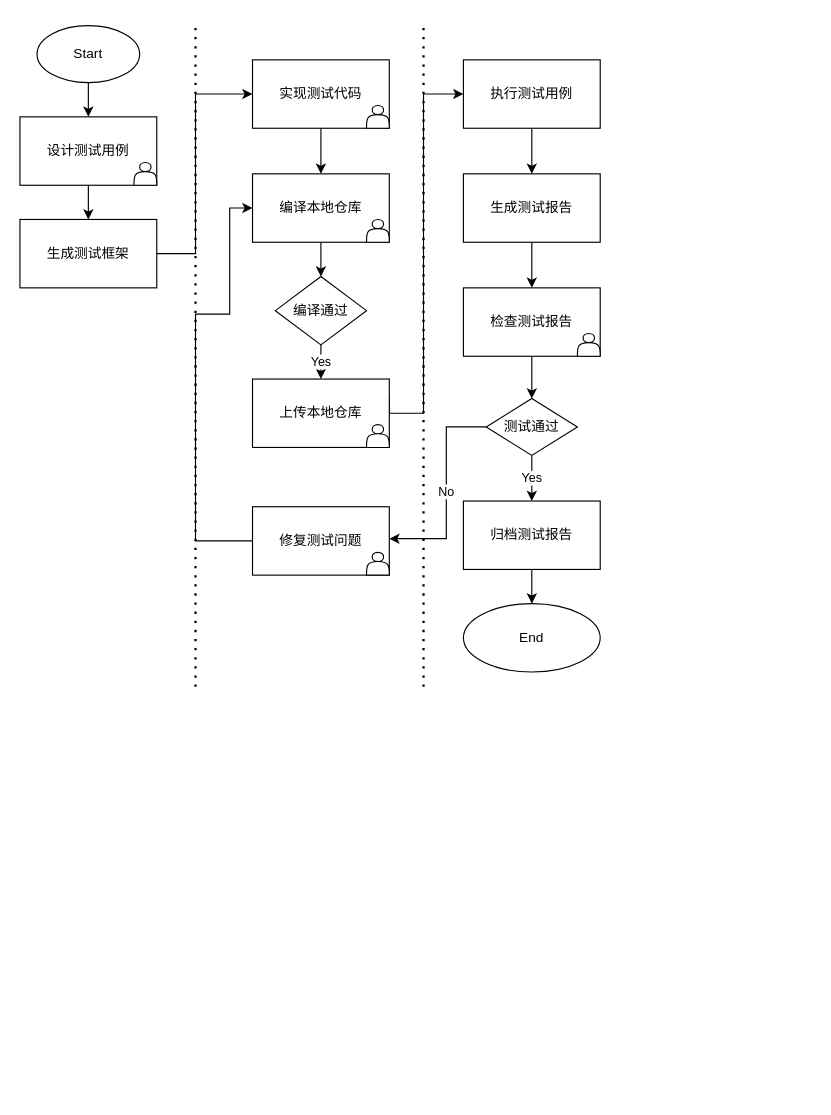
Before: page "test_process" (3 of 3) of AP.drawio in hehenihao/chart, a draw.io diagram. Source tidied: cells renumbered, new cells numbered last; positions are measured from the earlier drawing's top-left corner, leaving out a move shared by most shapes. Both pictures are drawn from the tidied source at 114%, with x=0, y=0 at pixel (19, 21).
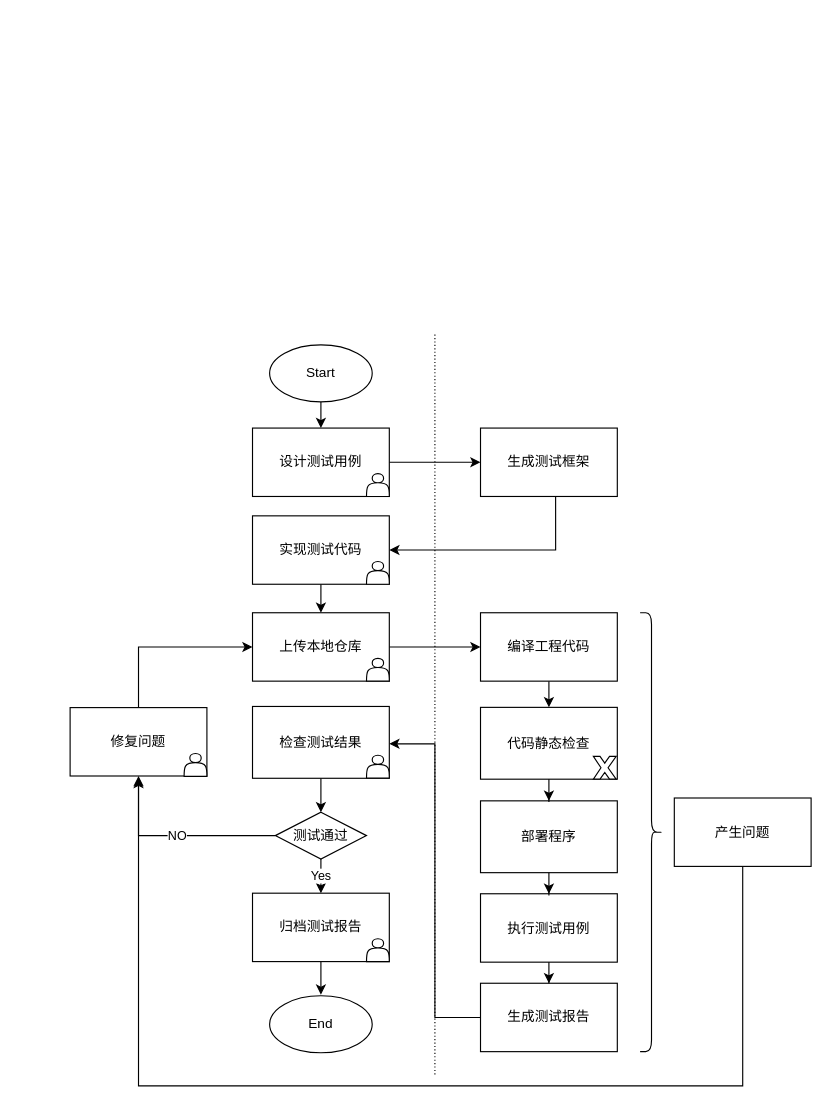
The same diagram, later.

Diff of the diagram source:
```diff
@@
     <mxCell id="3" value="Start" style="ellipse;whiteSpace=wrap;html=1;" parent="1" vertex="1">
-      <mxGeometry x="15" y="4" width="90" height="50" as="geometry" />
+      <mxGeometry x="219" y="284" width="90" height="50" as="geometry" />
     </mxCell>
@@
     <mxCell id="5" value="设计测试用例" style="rounded=0;whiteSpace=wrap;html=1;" parent="1" vertex="1">
-      <mxGeometry y="84" width="120" height="60" as="geometry" />
+      <mxGeometry x="204" y="357" width="120" height="60" as="geometry" />
     </mxCell>
-    <mxCell id="6" style="edgeStyle=orthogonalEdgeStyle;rounded=0;jettySize=auto;html=1;" parent="1" edge="1" source="7" target="10">
-      <mxGeometry relative="1" as="geometry">
-        <Array as="points">
-          <mxPoint x="154" y="204" />
-          <mxPoint x="154" y="64" />
-        </Array>
-      </mxGeometry>
+    <mxCell id="6" style="edgeStyle=orthogonalEdgeStyle;rounded=0;jettySize=auto;html=1;exitX=0.549;exitY=0.986;exitDx=0;exitDy=0;exitPerimeter=0;entryX=1;entryY=0.5;entryDx=0;entryDy=0;" parent="1" edge="1" source="7" target="10">
+      <mxGeometry relative="1" as="geometry" />
     </mxCell>
     <mxCell id="7" value="生成测试框架" style="whiteSpace=wrap;html=1;rounded=0;" parent="1" vertex="1">
-      <mxGeometry y="174" width="120" height="60" as="geometry" />
+      <mxGeometry x="404" y="357" width="120" height="60" as="geometry" />
     </mxCell>
-    <mxCell id="8" style="edgeStyle=orthogonalEdgeStyle;rounded=0;jettySize=auto;html=1;exitX=1;exitY=0.25;exitDx=0;exitDy=0;" parent="1" edge="1" source="24" target="12">
-      <mxGeometry relative="1" as="geometry">
-        <Array as="points">
-          <mxPoint x="324" y="344" />
-          <mxPoint x="354" y="344" />
-          <mxPoint x="354" y="64" />
-        </Array>
-      </mxGeometry>
-    </mxCell>
@@
     <mxCell id="10" value="实现测试代码" style="whiteSpace=wrap;html=1;rounded=0;" parent="1" vertex="1">
-      <mxGeometry x="204" y="34" width="120" height="60" as="geometry" />
+      <mxGeometry x="204" y="434" width="120" height="60" as="geometry" />
     </mxCell>
-    <mxCell id="11" style="edgeStyle=orthogonalEdgeStyle;rounded=0;jettySize=auto;html=1;" parent="1" edge="1" source="12" target="14">
+    <mxCell id="11" style="edgeStyle=orthogonalEdgeStyle;rounded=0;jettySize=auto;html=1;entryX=0.5;entryY=0;entryDx=0;entryDy=0;" parent="1" edge="1" source="12" target="14">
       <mxGeometry relative="1" as="geometry" />
     </mxCell>
     <mxCell id="12" value="执行测试用例" style="whiteSpace=wrap;html=1;rounded=0;" parent="1" vertex="1">
-      <mxGeometry x="389" y="34" width="120" height="60" as="geometry" />
+      <mxGeometry x="404" y="765.5" width="120" height="60" as="geometry" />
     </mxCell>
-    <mxCell id="13" style="edgeStyle=orthogonalEdgeStyle;rounded=0;jettySize=auto;html=1;" parent="1" edge="1" source="14" target="16">
-      <mxGeometry relative="1" as="geometry" />
+    <mxCell id="13" style="edgeStyle=orthogonalEdgeStyle;rounded=0;jettySize=auto;html=1;exitX=0;exitY=0.5;exitDx=0;exitDy=0;" parent="1" edge="1" source="14" target="16">
+      <mxGeometry relative="1" as="geometry">
+        <Array as="points">
+          <mxPoint x="364" y="874" />
+          <mxPoint x="364" y="634" />
+        </Array>
+      </mxGeometry>
     </mxCell>
     <mxCell id="14" value="生成测试报告" style="whiteSpace=wrap;html=1;rounded=0;" parent="1" vertex="1">
-      <mxGeometry x="389" y="134" width="120" height="60" as="geometry" />
+      <mxGeometry x="404" y="844" width="120" height="60" as="geometry" />
     </mxCell>
@@
-    <mxCell id="16" value="检查测试报告" style="whiteSpace=wrap;html=1;rounded=0;" parent="1" vertex="1">
-      <mxGeometry x="389" y="234" width="120" height="60" as="geometry" />
+    <mxCell id="16" value="检查测试结果" style="whiteSpace=wrap;html=1;rounded=0;" parent="1" vertex="1">
+      <mxGeometry x="204" y="601.2" width="120" height="63" as="geometry" />
     </mxCell>
@@
-    <mxCell id="18" value="No" style="edgeStyle=orthogonalEdgeStyle;rounded=0;jettySize=auto;html=1;" parent="1" edge="1" source="19" target="28">
-      <mxGeometry relative="1" as="geometry">
-        <Array as="points">
-          <mxPoint x="374" y="356" />
-          <mxPoint x="374" y="454" />
-        </Array>
-      </mxGeometry>
+    <mxCell id="18" value="NO" style="edgeStyle=orthogonalEdgeStyle;rounded=0;jettySize=auto;html=1;" parent="1" edge="1" source="19" target="28">
+      <mxGeometry relative="1" as="geometry" />
     </mxCell>
     <mxCell id="19" value="测试通过" style="rhombus;whiteSpace=wrap;html=1;rounded=0;" parent="1" vertex="1">
-      <mxGeometry x="409" y="331" width="80" height="50" as="geometry" />
+      <mxGeometry x="224" y="694" width="80" height="41" as="geometry" />
     </mxCell>
-    <mxCell id="20" style="endArrow=none;dashed=1;html=1;dashPattern=1 3;strokeWidth=2;rounded=0;" parent="1" edge="1">
-      <mxGeometry relative="1" as="geometry">
-        <mxPoint x="154" y="584" as="sourcePoint" />
-        <mxPoint x="154" as="targetPoint" />
-      </mxGeometry>
-    </mxCell>
-    <mxCell id="21" style="endArrow=none;dashed=1;html=1;dashPattern=1 3;strokeWidth=2;rounded=0;" parent="1" edge="1">
+    <mxCell id="21" style="endArrow=none;dashed=1;html=1;strokeWidth=1;rounded=0;dashPattern=1 2;" parent="1" edge="1">
       <mxGeometry relative="1" as="geometry">
-        <mxPoint x="354" y="584" as="sourcePoint" />
-        <mxPoint x="354" as="targetPoint" />
+        <mxPoint x="364" y="924" as="sourcePoint" />
+        <mxPoint x="364" y="274" as="targetPoint" />
       </mxGeometry>
     </mxCell>
-    <mxCell id="22" style="edgeStyle=orthogonalEdgeStyle;rounded=0;jettySize=auto;html=1;" parent="1" edge="1" source="23" target="30">
-      <mxGeometry relative="1" as="geometry" />
-    </mxCell>
+    <mxCell id="38" style="edgeStyle=orthogonalEdgeStyle;rounded=0;jettySize=auto;html=1;entryX=0;entryY=0.5;entryDx=0;entryDy=0;" parent="1" edge="1" source="23" target="24">
+      <mxGeometry relative="1" as="geometry" />
+    </mxCell>
-    <mxCell id="23" value="编译本地仓库" style="whiteSpace=wrap;html=1;rounded=0;" parent="1" vertex="1">
-      <mxGeometry x="204" y="134" width="120" height="60" as="geometry" />
+    <mxCell id="23" value="上传本地仓库" style="whiteSpace=wrap;html=1;rounded=0;" parent="1" vertex="1">
+      <mxGeometry x="204" y="519" width="120" height="60" as="geometry" />
     </mxCell>
+    <mxCell id="39" style="edgeStyle=orthogonalEdgeStyle;rounded=0;jettySize=auto;html=1;strokeWidth=1;" parent="1" edge="1" source="24" target="44">
+      <mxGeometry relative="1" as="geometry" />
+    </mxCell>
-    <mxCell id="24" value="上传本地仓库" style="whiteSpace=wrap;html=1;rounded=0;" parent="1" vertex="1">
-      <mxGeometry x="204" y="314" width="120" height="60" as="geometry" />
+    <mxCell id="24" value="编译工程代码" style="whiteSpace=wrap;html=1;rounded=0;" parent="1" vertex="1">
+      <mxGeometry x="404" y="519" width="120" height="60" as="geometry" />
     </mxCell>
-    <mxCell id="25" style="edgeStyle=orthogonalEdgeStyle;rounded=0;jettySize=auto;html=1;" parent="1" edge="1" source="26" target="31">
-      <mxGeometry relative="1" as="geometry" />
+    <mxCell id="25" style="edgeStyle=orthogonalEdgeStyle;rounded=0;jettySize=auto;html=1;" parent="1" edge="1" source="26">
+      <mxGeometry relative="1" as="geometry">
+        <mxPoint x="264" y="854" as="targetPoint" />
+      </mxGeometry>
     </mxCell>
     <mxCell id="26" value="归档测试报告" style="whiteSpace=wrap;html=1;rounded=0;" parent="1" vertex="1">
-      <mxGeometry x="389" y="421" width="120" height="60" as="geometry" />
+      <mxGeometry x="204" y="765" width="120" height="60" as="geometry" />
     </mxCell>
-    <mxCell id="27" style="edgeStyle=orthogonalEdgeStyle;rounded=0;jettySize=auto;html=1;entryX=0;entryY=0.5;entryDx=0;entryDy=0;" parent="1" edge="1" source="28" target="23">
-      <mxGeometry relative="1" as="geometry">
-        <Array as="points">
-          <mxPoint x="154" y="456" />
-          <mxPoint x="154" y="257" />
-          <mxPoint x="184" y="257" />
-          <mxPoint x="184" y="164" />
-        </Array>
-      </mxGeometry>
+    <mxCell id="27" style="edgeStyle=orthogonalEdgeStyle;rounded=0;jettySize=auto;html=1;entryX=0;entryY=0.5;entryDx=0;entryDy=0;exitX=0.5;exitY=0;exitDx=0;exitDy=0;" parent="1" edge="1" source="28" target="23">
+      <mxGeometry relative="1" as="geometry" />
     </mxCell>
-    <mxCell id="28" value="修复测试问题" style="whiteSpace=wrap;html=1;rounded=0;" parent="1" vertex="1">
-      <mxGeometry x="204" y="426" width="120" height="60" as="geometry" />
+    <mxCell id="28" value="修复问题" style="whiteSpace=wrap;html=1;rounded=0;" parent="1" vertex="1">
+      <mxGeometry x="44" y="602.2" width="120" height="60" as="geometry" />
     </mxCell>
-    <mxCell id="29" value="Yes" style="edgeStyle=orthogonalEdgeStyle;rounded=0;jettySize=auto;html=1;" parent="1" edge="1" source="30" target="24">
-      <mxGeometry relative="1" as="geometry" />
-    </mxCell>
-    <mxCell id="30" value="编译通过" style="rhombus;whiteSpace=wrap;html=1;rounded=0;" parent="1" vertex="1">
-      <mxGeometry x="224" y="224" width="80" height="60" as="geometry" />
-    </mxCell>
-    <mxCell id="31" value="End" style="ellipse;whiteSpace=wrap;html=1;rounded=0;" parent="1" vertex="1">
-      <mxGeometry x="389" y="511" width="120" height="60" as="geometry" />
-    </mxCell>
     <mxCell id="32" style="shape=actor;whiteSpace=wrap;html=1;" parent="1" vertex="1">
-      <mxGeometry x="100" y="124" width="20" height="20" as="geometry" />
+      <mxGeometry x="304" y="397" width="20" height="20" as="geometry" />
     </mxCell>
     <mxCell id="33" style="shape=actor;whiteSpace=wrap;html=1;" parent="1" vertex="1">
-      <mxGeometry x="304" y="74" width="20" height="20" as="geometry" />
+      <mxGeometry x="304" y="474" width="20" height="20" as="geometry" />
     </mxCell>
     <mxCell id="34" style="shape=actor;whiteSpace=wrap;html=1;" parent="1" vertex="1">
-      <mxGeometry x="304" y="174" width="20" height="20" as="geometry" />
+      <mxGeometry x="304" y="559" width="20" height="20" as="geometry" />
     </mxCell>
-    <mxCell id="35" style="shape=actor;whiteSpace=wrap;html=1;" parent="1" vertex="1">
-      <mxGeometry x="304" y="354" width="20" height="20" as="geometry" />
-    </mxCell>
     <mxCell id="36" style="shape=actor;whiteSpace=wrap;html=1;" parent="1" vertex="1">
-      <mxGeometry x="489" y="274" width="20" height="20" as="geometry" />
+      <mxGeometry x="304" y="644" width="20" height="20" as="geometry" />
     </mxCell>
     <mxCell id="37" style="shape=actor;whiteSpace=wrap;html=1;" parent="1" vertex="1">
-      <mxGeometry x="304" y="466" width="20" height="20" as="geometry" />
+      <mxGeometry x="304" y="805" width="20" height="20" as="geometry" />
     </mxCell>
+    <mxCell id="40" style="edgeStyle=orthogonalEdgeStyle;rounded=0;jettySize=auto;html=1;entryX=0.5;entryY=0;entryDx=0;entryDy=0;" parent="1" edge="1" source="41" target="12">
+      <mxGeometry relative="1" as="geometry" />
+    </mxCell>
+    <mxCell id="41" value="部署程序" style="whiteSpace=wrap;html=1;rounded=0;" parent="1" vertex="1">
+      <mxGeometry x="404" y="684" width="120" height="63" as="geometry" />
+    </mxCell>
+    <mxCell id="42" style="shape=actor;whiteSpace=wrap;html=1;" parent="1" vertex="1">
+      <mxGeometry x="144" y="642.5" width="20" height="20" as="geometry" />
+    </mxCell>
+    <mxCell id="31" value="End" style="ellipse;whiteSpace=wrap;html=1;" parent="1" vertex="1">
+      <mxGeometry x="219" y="855" width="90" height="50" as="geometry" />
+    </mxCell>
+    <mxCell id="43" style="edgeStyle=orthogonalEdgeStyle;rounded=0;jettySize=auto;html=1;strokeWidth=1;" parent="1" edge="1" source="44" target="41">
+      <mxGeometry relative="1" as="geometry" />
+    </mxCell>
+    <mxCell id="44" value="代码静态检查" style="whiteSpace=wrap;html=1;rounded=0;" parent="1" vertex="1">
+      <mxGeometry x="404" y="602" width="120" height="63" as="geometry" />
+    </mxCell>
+    <mxCell id="45" style="verticalLabelPosition=bottom;verticalAlign=top;html=1;shape=mxgraph.basic.x;" parent="1" vertex="1">
+      <mxGeometry x="503" y="645" width="20" height="20" as="geometry" />
+    </mxCell>
+    <mxCell id="46" style="shape=curlyBracket;whiteSpace=wrap;html=1;rounded=1;flipH=1;" parent="1" vertex="1">
+      <mxGeometry x="544" y="519" width="20" height="385" as="geometry" />
+    </mxCell>
+    <mxCell id="47" style="edgeStyle=orthogonalEdgeStyle;rounded=0;jettySize=auto;html=1;strokeWidth=1;" parent="1" edge="1" source="48">
+      <mxGeometry relative="1" as="geometry">
+        <mxPoint x="104" y="664" as="targetPoint" />
+        <Array as="points">
+          <mxPoint x="634" y="934" />
+          <mxPoint x="104" y="934" />
+        </Array>
+      </mxGeometry>
+    </mxCell>
+    <mxCell id="48" value="产生问题" style="rounded=0;whiteSpace=wrap;html=1;" parent="1" vertex="1">
+      <mxGeometry x="574" y="681.5" width="120" height="60" as="geometry" />
+    </mxCell>
```
